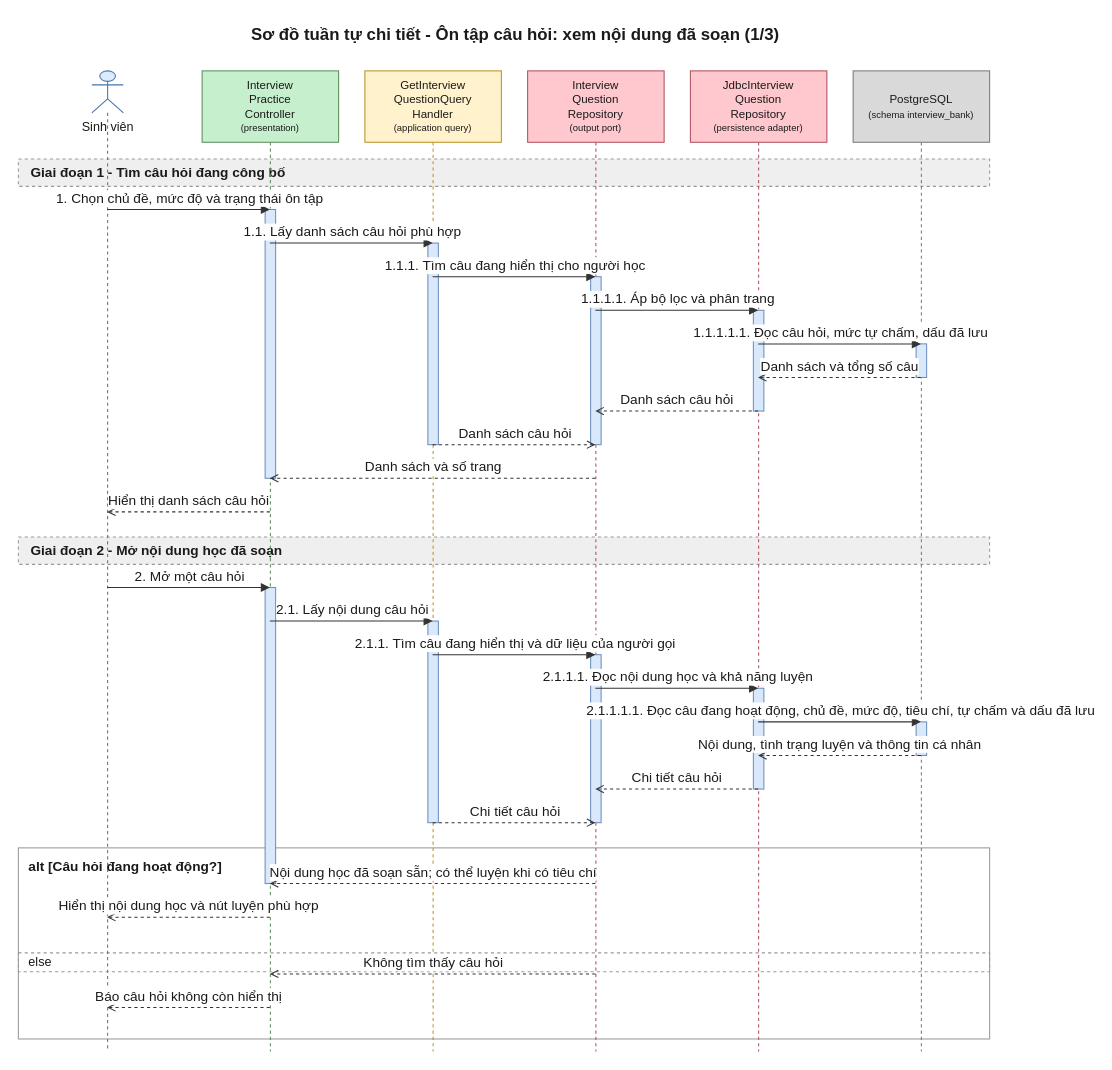
daiphu1801/PRJ_ALGOPREP keeps this draw.io diagram as 08-diagram/sequence/user/sequence_user_on_tap_luyen_tap_ai_p1.drawio. Above is the earlier version. Source tidied: cells renumbered, new cells numbered last; positions are measured from the earlier drawing's top-left corner, leaving out a move shared by most shapes. Both pictures are drawn from the tidied source at 105%, with x=0, y=0 at pixel (18, 18).
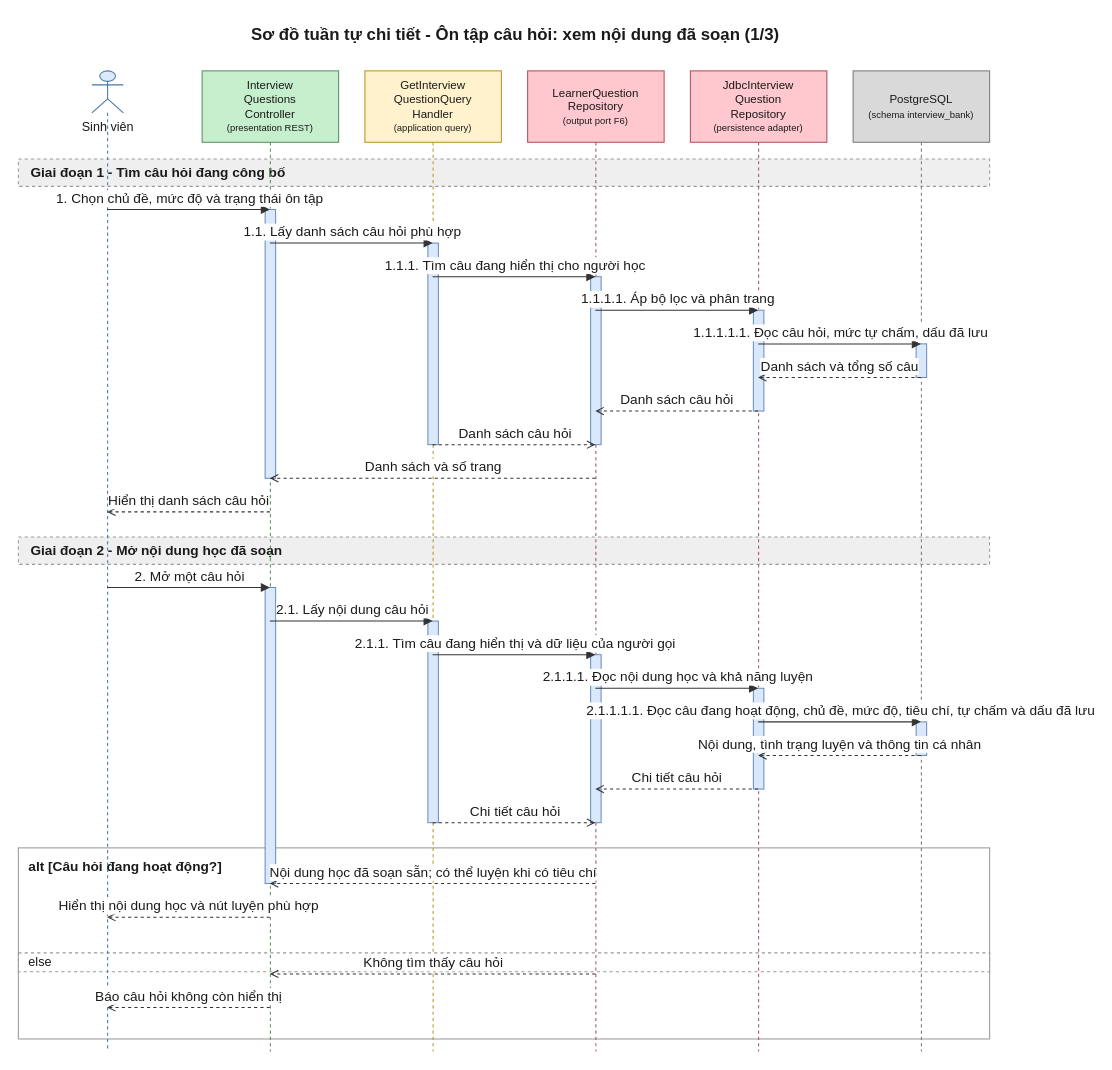
The same page after the edit.

The edit, as a diff of the source:
```diff
@@
-    <mxCell id="8" value="Interview&lt;br&gt;Practice&lt;br&gt;Controller&lt;br&gt;&lt;font style=&quot;font-size:9px&quot;&gt;(presentation)&lt;/font&gt;" style="shape=umlLifeline;perimeter=lifelinePerimeter;whiteSpace=wrap;html=1;outlineConnect=0;size=68;fontSize=11;fillColor=#C6EFCE;strokeColor=#5E8E5E;fontColor=#1A1A1A;" parent="1" vertex="1">
+    <mxCell id="8" value="Interview&lt;br&gt;Questions&lt;br&gt;Controller&lt;br&gt;&lt;font style=&quot;font-size:9px&quot;&gt;(presentation REST)&lt;/font&gt;" style="shape=umlLifeline;perimeter=lifelinePerimeter;whiteSpace=wrap;html=1;outlineConnect=0;size=68;fontSize=11;fillColor=#C6EFCE;strokeColor=#5E8E5E;fontColor=#1A1A1A;" parent="1" vertex="1">
       <mxGeometry x="175" y="50" width="130" height="934" as="geometry" />
     </mxCell>
@@
-    <mxCell id="10" value="Interview&lt;br&gt;Question&lt;br&gt;Repository&lt;br&gt;&lt;font style=&quot;font-size:9px&quot;&gt;(output port)&lt;/font&gt;" style="shape=umlLifeline;perimeter=lifelinePerimeter;whiteSpace=wrap;html=1;outlineConnect=0;size=68;fontSize=11;fillColor=#FFC7CE;strokeColor=#B0525E;fontColor=#1A1A1A;" parent="1" vertex="1">
+    <mxCell id="10" value="LearnerQuestion&lt;br&gt;Repository&lt;br&gt;&lt;font style=&quot;font-size:9px&quot;&gt;(output port F6)&lt;/font&gt;" style="shape=umlLifeline;perimeter=lifelinePerimeter;whiteSpace=wrap;html=1;outlineConnect=0;size=68;fontSize=11;fillColor=#FFC7CE;strokeColor=#B0525E;fontColor=#1A1A1A;" parent="1" vertex="1">
       <mxGeometry x="485" y="50" width="130" height="934" as="geometry" />
     </mxCell>
```
